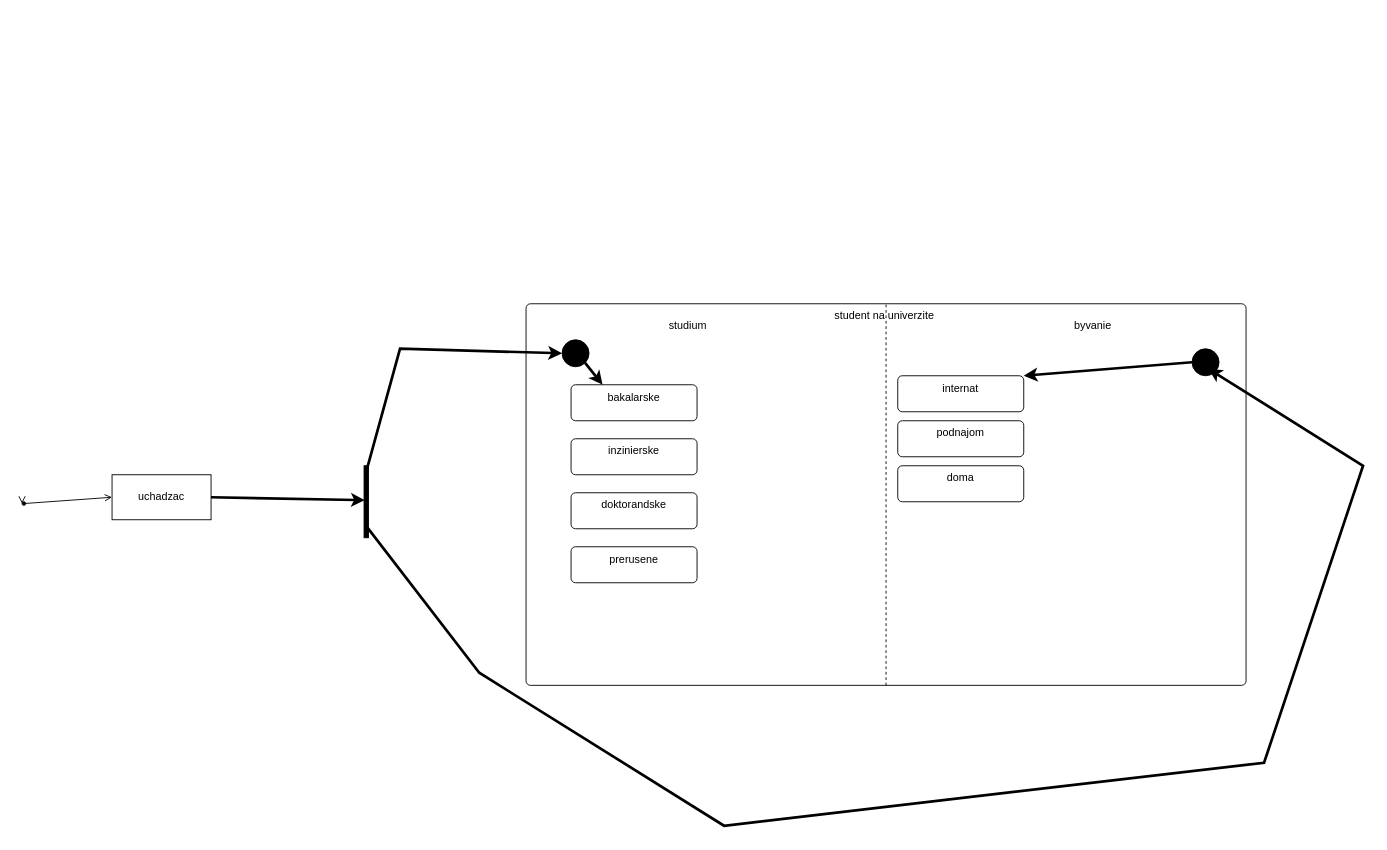
The draw.io diagram UML/State_Diagram.drawio in Mart1n66/school, before the edit. Source tidied: cells renumbered, new cells numbered last; positions are measured from the earlier drawing's top-left corner, leaving out a move shared by most shapes. Both pictures are drawn from the tidied source at 90%, with x=0, y=0 at pixel (22, 303).
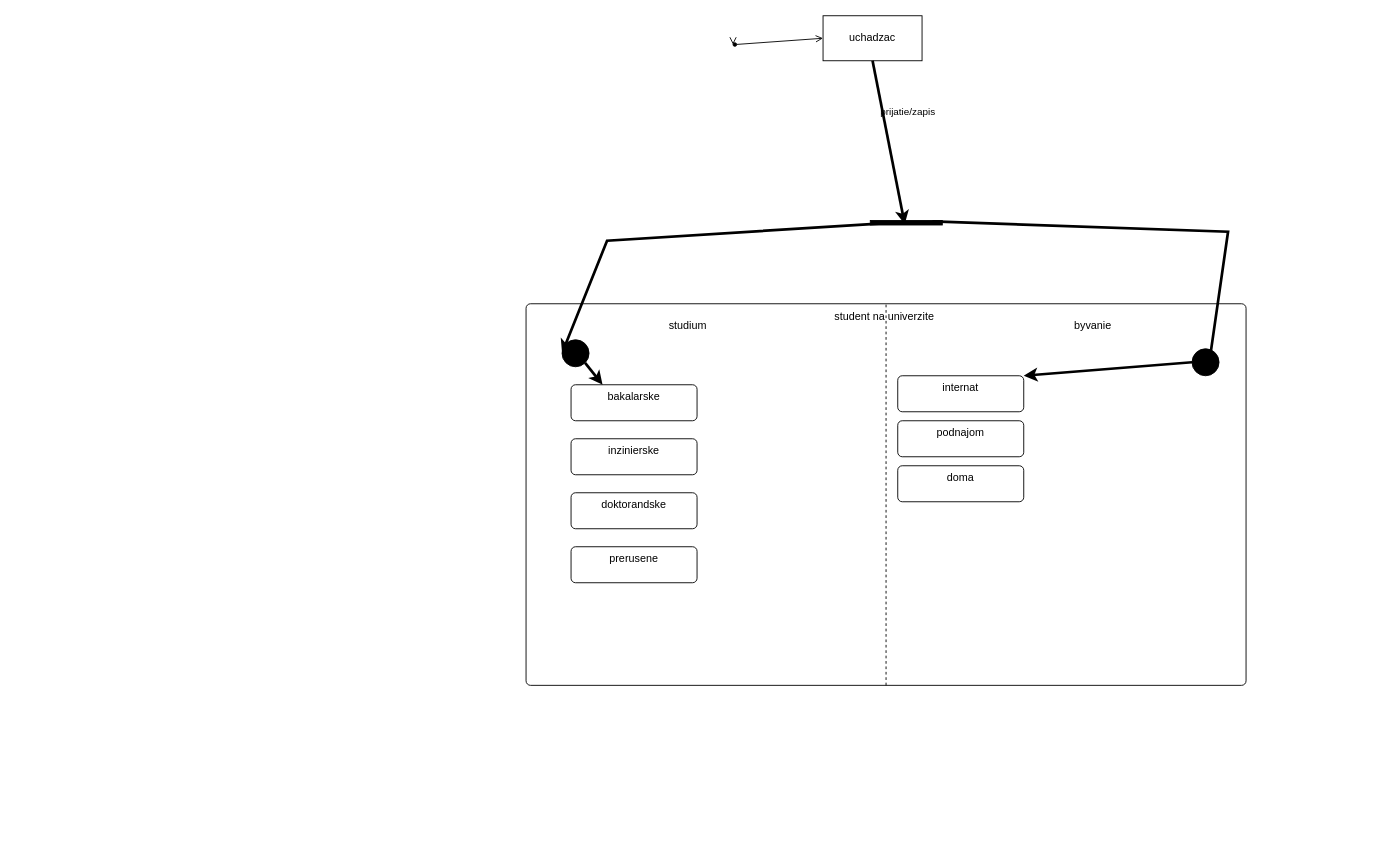
The same diagram, later.

The change refers to these unchanged cells:
```xml
<mxCell id="6" style="ellipse;fillColor=strokeColor;html=1;" parent="1" vertex="1">
  <mxGeometry x="600" y="40" width="30" height="30" as="geometry" />
</mxCell>
<mxCell id="7" style="ellipse;fillColor=strokeColor;html=1;" parent="1" vertex="1">
  <mxGeometry x="1300" y="50" width="30" height="30" as="geometry" />
</mxCell>
```

The edit, as a diff of the source:
```diff
@@
     <mxCell id="15" value="uchadzac" style="html=1;whiteSpace=wrap;" parent="1" vertex="1">
-      <mxGeometry x="100" y="190" width="110" height="50" as="geometry" />
+      <mxGeometry x="890" y="-320" width="110" height="50" as="geometry" />
     </mxCell>
-    <mxCell id="16" style="html=1;points=[];perimeter=orthogonalPerimeter;fillColor=strokeColor;" parent="1" vertex="1">
-      <mxGeometry x="380" y="180" width="5" height="80" as="geometry" />
+    <mxCell id="16" style="html=1;points=[];perimeter=orthogonalPerimeter;fillColor=strokeColor;rotation=-90;" parent="1" vertex="1">
+      <mxGeometry x="980" y="-130" width="5" height="80" as="geometry" />
     </mxCell>
@@
     <mxCell id="18" style="endArrow=open;html=1;rounded=0;align=center;verticalAlign=top;endFill=0;labelBackgroundColor=none;endSize=6;defaultLabelBackgroundColor=page;entryX=0;entryY=0.5;entryDx=0;entryDy=0;" parent="1" edge="1" target="19">
       <mxGeometry relative="1" as="geometry">
-        <mxPoint y="220" as="sourcePoint" />
+        <mxPoint x="790" y="-290" as="sourcePoint" />
       </mxGeometry>
     </mxCell>
     <mxCell id="19" style="ellipse;html=1;fillColor=strokeColor;" parent="1" vertex="1">
-      <mxGeometry y="220" width="4" height="4" as="geometry" />
+      <mxGeometry x="790" y="-290" width="4" height="4" as="geometry" />
     </mxCell>
-    <mxCell id="20" style="endArrow=none;startArrow=classic;endFill=0;startFill=1;endSize=8;html=1;verticalAlign=bottom;labelBackgroundColor=none;strokeWidth=3;rounded=0;defaultLabelBackgroundColor=page;exitX=0.178;exitY=0.478;exitDx=0;exitDy=0;exitPerimeter=0;entryX=1;entryY=0.5;entryDx=0;entryDy=0;" parent="1" edge="1" source="16" target="15">
+    <mxCell id="20" style="endArrow=none;startArrow=classic;endFill=0;startFill=1;endSize=8;html=1;verticalAlign=bottom;labelBackgroundColor=none;strokeWidth=3;rounded=0;defaultLabelBackgroundColor=page;exitX=0.178;exitY=0.478;exitDx=0;exitDy=0;exitPerimeter=0;entryX=0.5;entryY=1;entryDx=0;entryDy=0;" parent="1" edge="1" source="16" target="15">
       <mxGeometry relative="1" as="geometry" />
     </mxCell>
+    <mxCell id="25" value="prijatie/zapis" style="edgeLabel;html=1;align=center;verticalAlign=middle;inheritText=1;labelBackgroundColor=none;defaultLabelBackgroundColor=page;" parent="20" vertex="1">
+      <mxGeometry x="0.34" y="-3" relative="1" as="geometry">
+        <mxPoint x="24" y="-3" as="offset" />
+      </mxGeometry>
+    </mxCell>
     <mxCell id="21" style="endArrow=none;startArrow=classic;endFill=0;startFill=1;endSize=8;html=1;verticalAlign=bottom;labelBackgroundColor=none;strokeWidth=3;rounded=0;defaultLabelBackgroundColor=page;exitX=0;exitY=0.5;exitDx=0;exitDy=0;entryX=0.316;entryY=0.12;entryDx=0;entryDy=0;entryPerimeter=0;" parent="1" edge="1" source="6" target="16">
       <mxGeometry relative="1" as="geometry">
         <Array as="points">
-          <mxPoint x="420" y="50" />
+          <mxPoint x="650" y="-70" />
         </Array>
       </mxGeometry>
     </mxCell>
     <mxCell id="22" style="endArrow=none;startArrow=classic;endFill=0;startFill=1;endSize=8;html=1;verticalAlign=bottom;labelBackgroundColor=none;strokeWidth=3;rounded=0;defaultLabelBackgroundColor=page;entryX=0.798;entryY=0.863;entryDx=0;entryDy=0;entryPerimeter=0;exitX=0.604;exitY=0.744;exitDx=0;exitDy=0;exitPerimeter=0;" parent="1" edge="1" source="7" target="16">
-      <mxGeometry x="0.82" relative="1" as="geometry">
+      <mxGeometry x="0.14" relative="1" as="geometry">
         <Array as="points">
-          <mxPoint x="1490" y="180" />
-          <mxPoint x="1380" y="510" />
-          <mxPoint x="780" y="580" />
-          <mxPoint x="508" y="410" />
+          <mxPoint x="1340" y="-80" />
         </Array>
       </mxGeometry>
     </mxCell>
```
